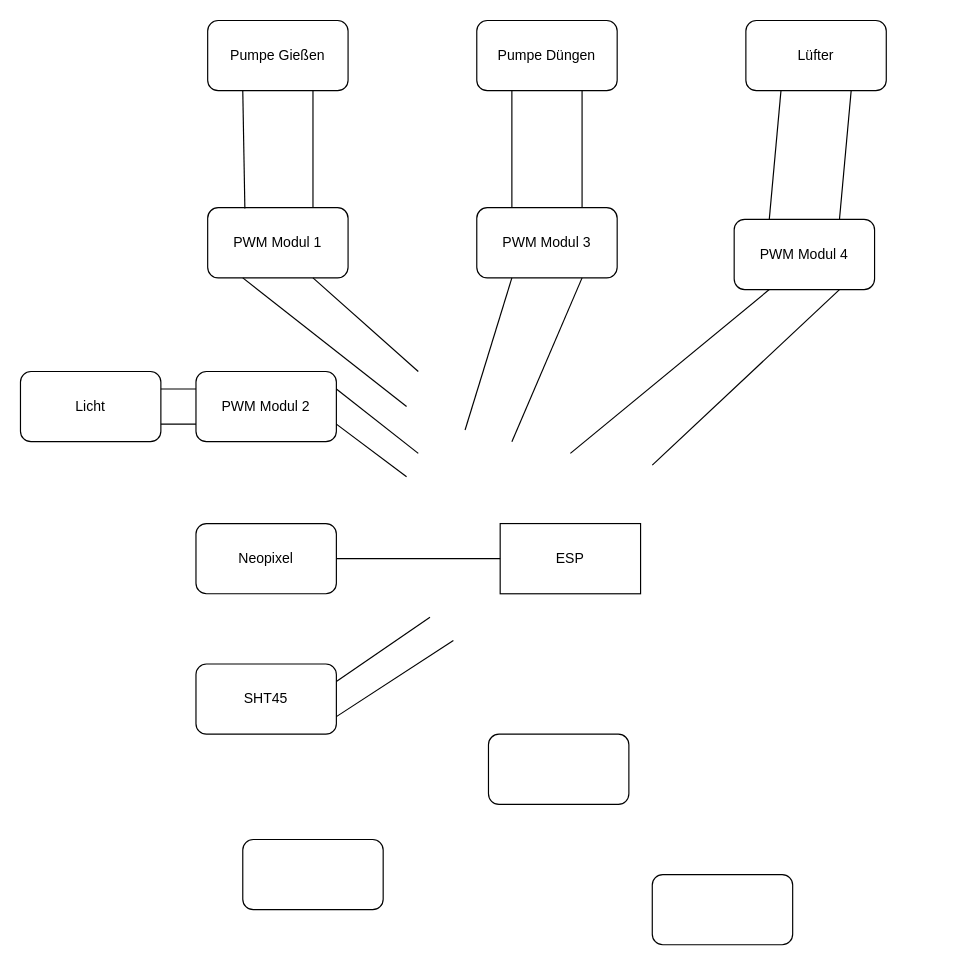
Earlier version of the draw.io diagram Hardware Component Diagram.drawio (LostScriptures/Terralogia). Source tidied: cells renumbered, new cells numbered last; positions are measured from the earlier drawing's top-left corner, leaving out a move shared by most shapes. Both pictures are drawn from the tidied source at 117%, with x=0, y=0 at pixel (20, 20).
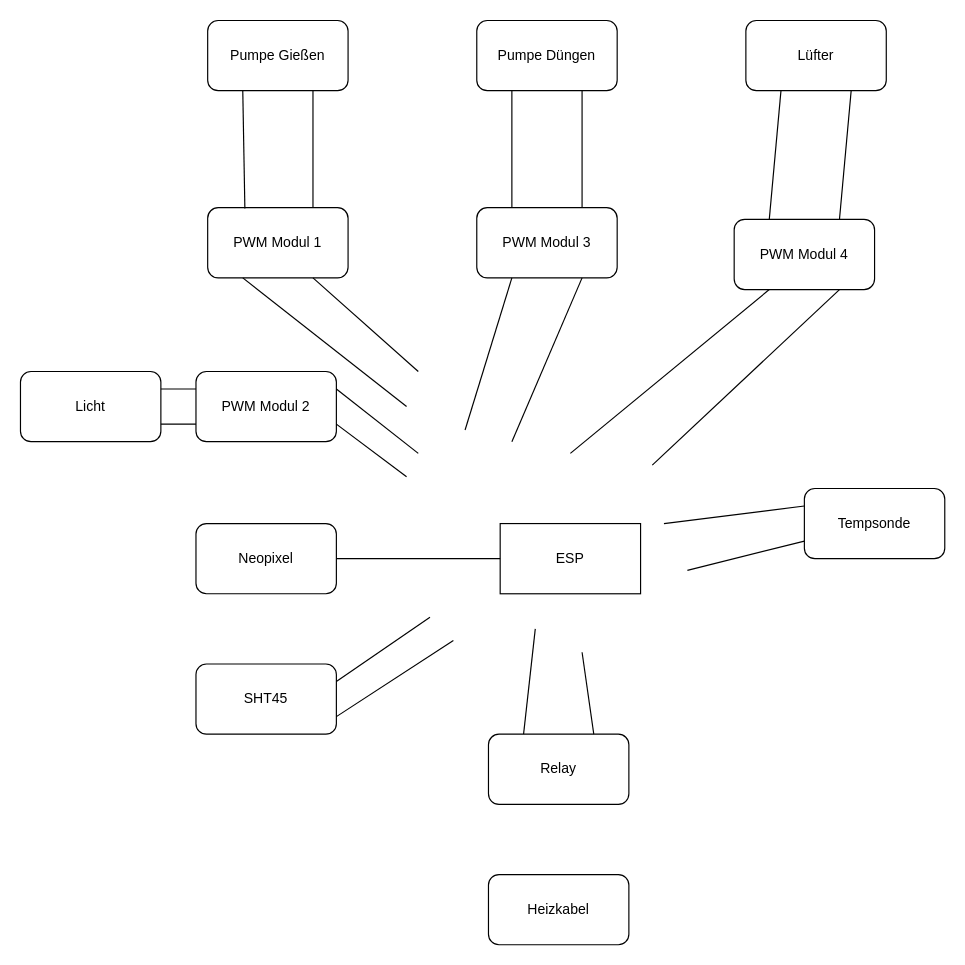
The same page after the edit.

Commit message:
Hardware Component Diagram Expansion with two modules: temperature sensor and heating cable

What changed in the source:
```diff
@@
-    <mxCell id="9" style="rounded=1;whiteSpace=wrap;html=1;" parent="1" vertex="1">
+    <mxCell id="9" value="Relay" style="rounded=1;whiteSpace=wrap;html=1;" parent="1" vertex="1">
       <mxGeometry x="400" y="610" width="120" height="60" as="geometry" />
     </mxCell>
-    <mxCell id="10" style="rounded=1;whiteSpace=wrap;html=1;" parent="1" vertex="1">
-      <mxGeometry x="190" y="700" width="120" height="60" as="geometry" />
+    <mxCell id="10" value="Tempsonde" style="rounded=1;whiteSpace=wrap;html=1;" parent="1" vertex="1">
+      <mxGeometry x="670" y="400" width="120" height="60" as="geometry" />
     </mxCell>
-    <mxCell id="11" style="rounded=1;whiteSpace=wrap;html=1;" parent="1" vertex="1">
-      <mxGeometry x="540" y="730" width="120" height="60" as="geometry" />
+    <mxCell id="11" value="Heizkabel" style="rounded=1;whiteSpace=wrap;html=1;" parent="1" vertex="1">
+      <mxGeometry x="400" y="730" width="120" height="60" as="geometry" />
     </mxCell>
@@
+    <mxCell id="35" style="endArrow=none;html=1;exitX=0.25;exitY=0;exitDx=0;exitDy=0;" parent="1" edge="1" source="9">
+      <mxGeometry relative="1" as="geometry">
+        <mxPoint x="440" y="520" as="targetPoint" />
+      </mxGeometry>
+    </mxCell>
+    <mxCell id="36" style="endArrow=none;html=1;entryX=0.75;entryY=0;entryDx=0;entryDy=0;" parent="1" edge="1" target="9">
+      <mxGeometry relative="1" as="geometry">
+        <mxPoint x="480" y="540" as="sourcePoint" />
+      </mxGeometry>
+    </mxCell>
+    <mxCell id="37" style="endArrow=none;html=1;exitX=0;exitY=0.75;exitDx=0;exitDy=0;" parent="1" edge="1" source="10">
+      <mxGeometry relative="1" as="geometry">
+        <mxPoint x="570" y="470" as="targetPoint" />
+      </mxGeometry>
+    </mxCell>
+    <mxCell id="38" style="endArrow=none;html=1;entryX=0;entryY=0.25;entryDx=0;entryDy=0;" parent="1" edge="1" target="10">
+      <mxGeometry relative="1" as="geometry">
+        <mxPoint x="550" y="430" as="sourcePoint" />
+      </mxGeometry>
+    </mxCell>
```
